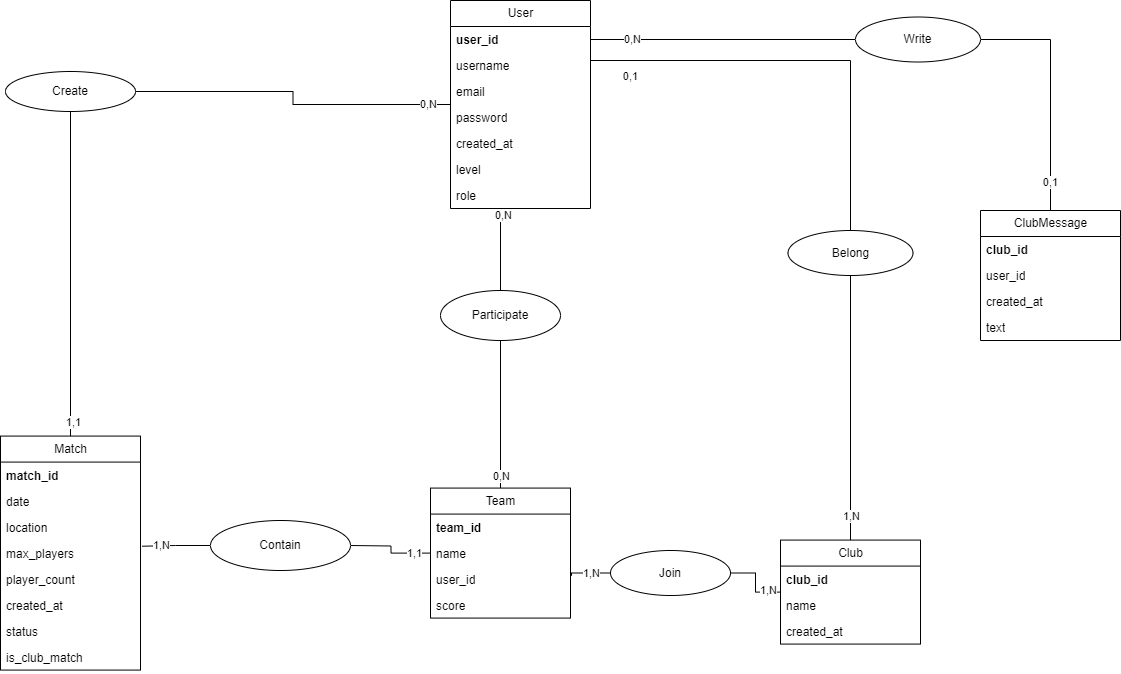
Above: MCD.drawio.png in Mathistrg/Styx (draw.io), before the change. Source tidied: cells renumbered, new cells last; positions are measured from the earlier drawing's top-left corner, leaving out a move shared by most shapes.
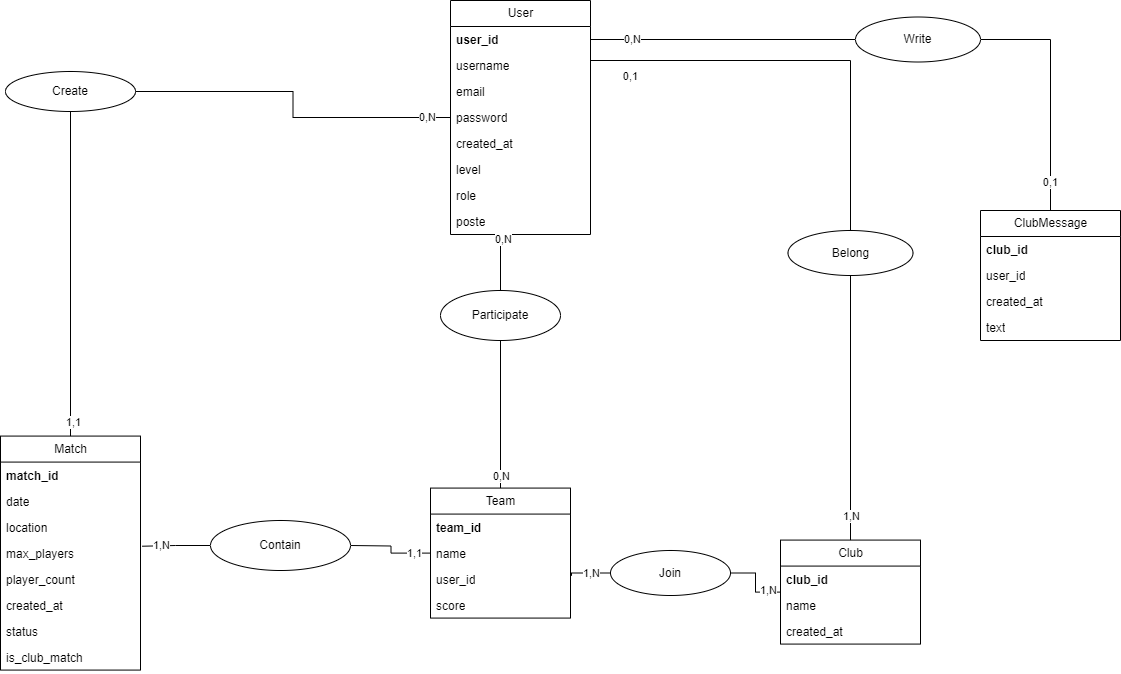
After the commit.

Commit message:
Mettre à jour MCD.drawio.png

What changed in the source:
```diff
@@ -9,7 +9,7 @@
       <mxGeometry x="0.91" y="2" relative="1" as="geometry" />
     </mxCell>
     <mxCell id="4" value="User" style="swimlane;fontStyle=0;horizontal=1;startSize=26;fillColor=none;html=1;" parent="1" vertex="1">
-      <mxGeometry x="450" width="140" height="208" as="geometry" />
+      <mxGeometry x="450" width="140" height="234" as="geometry" />
     </mxCell>
     <mxCell id="5" value="&lt;b&gt;user_id&amp;nbsp;&lt;/b&gt;" style="text;strokeColor=none;fillColor=none;align=left;verticalAlign=top;spacingLeft=4;spacingRight=4;overflow=hidden;points=[[0,0.5],[1,0.5]];portConstraint=eastwest;whiteSpace=wrap;html=1;" parent="4" vertex="1">
       <mxGeometry y="26" width="140" height="26" as="geometry" />
@@ -32,6 +32,9 @@
     <mxCell id="11" value="role" style="text;strokeColor=none;fillColor=none;align=left;verticalAlign=top;spacingLeft=4;spacingRight=4;overflow=hidden;whiteSpace=wrap;html=1;" parent="4" vertex="1">
       <mxGeometry y="182" width="140" height="26" as="geometry" />
     </mxCell>
+    <mxCell id="63" value="poste" style="text;strokeColor=none;fillColor=none;align=left;verticalAlign=top;spacingLeft=4;spacingRight=4;overflow=hidden;whiteSpace=wrap;html=1;" parent="4" vertex="1">
+      <mxGeometry y="208" width="140" height="26" as="geometry" />
+    </mxCell>
     <mxCell id="12" value="Match" style="swimlane;fontStyle=0;horizontal=1;startSize=26;fillColor=none;html=1;" parent="1" vertex="1">
       <mxGeometry y="435.6" width="140" height="234" as="geometry" />
     </mxCell>
```
